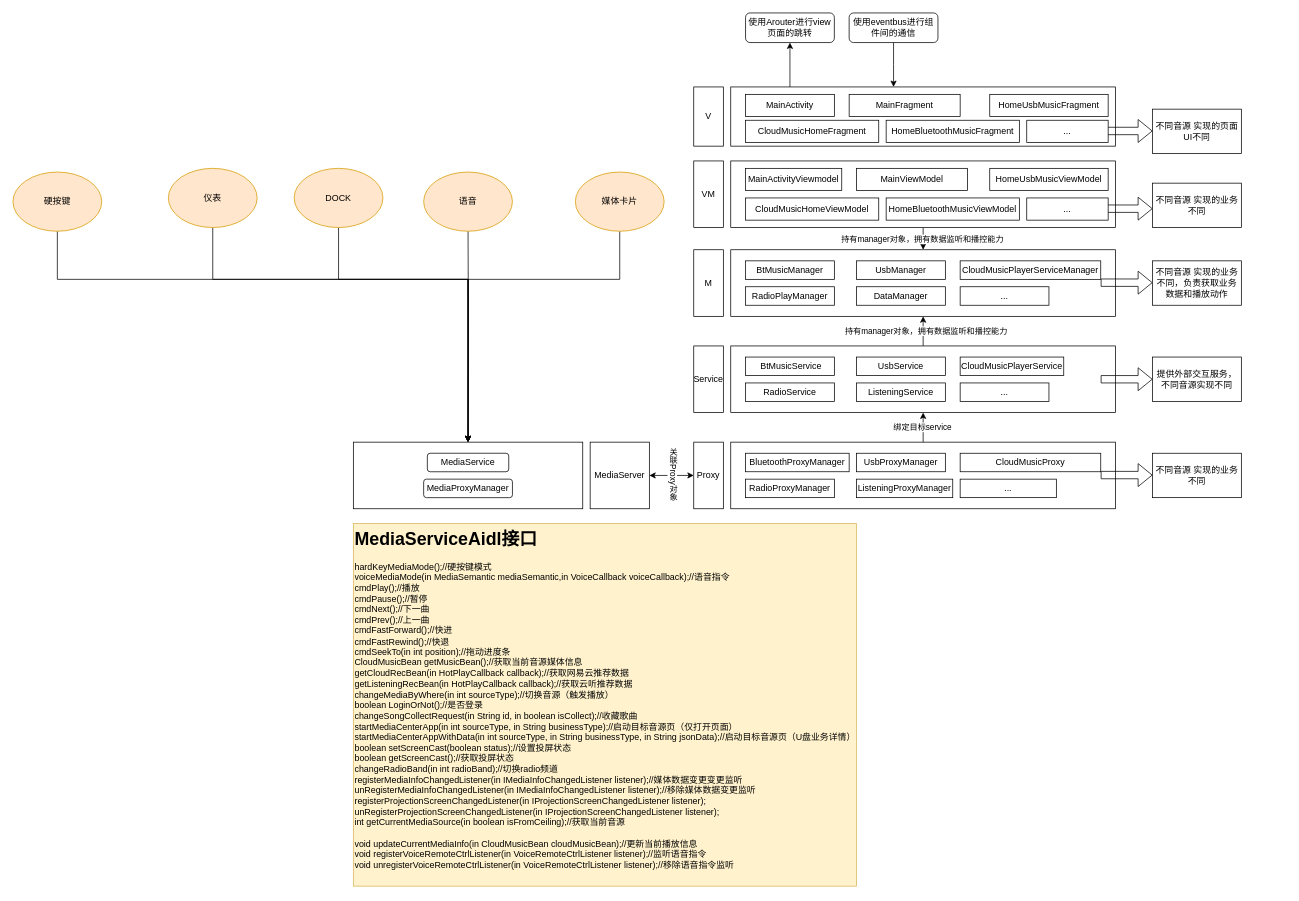
Above: page "MediaCenter重构" (2 of 16) of 未命名绘图.drawio in NewPlayerAndroid/Latest-Interview (draw.io), before the change. Source tidied: cells renumbered, new cells numbered last; positions are measured from the earlier drawing's top-left corner, leaving out a move shared by most shapes. Both pictures are drawn from the tidied source at 74%, with x=0, y=0 at pixel (13, 13).
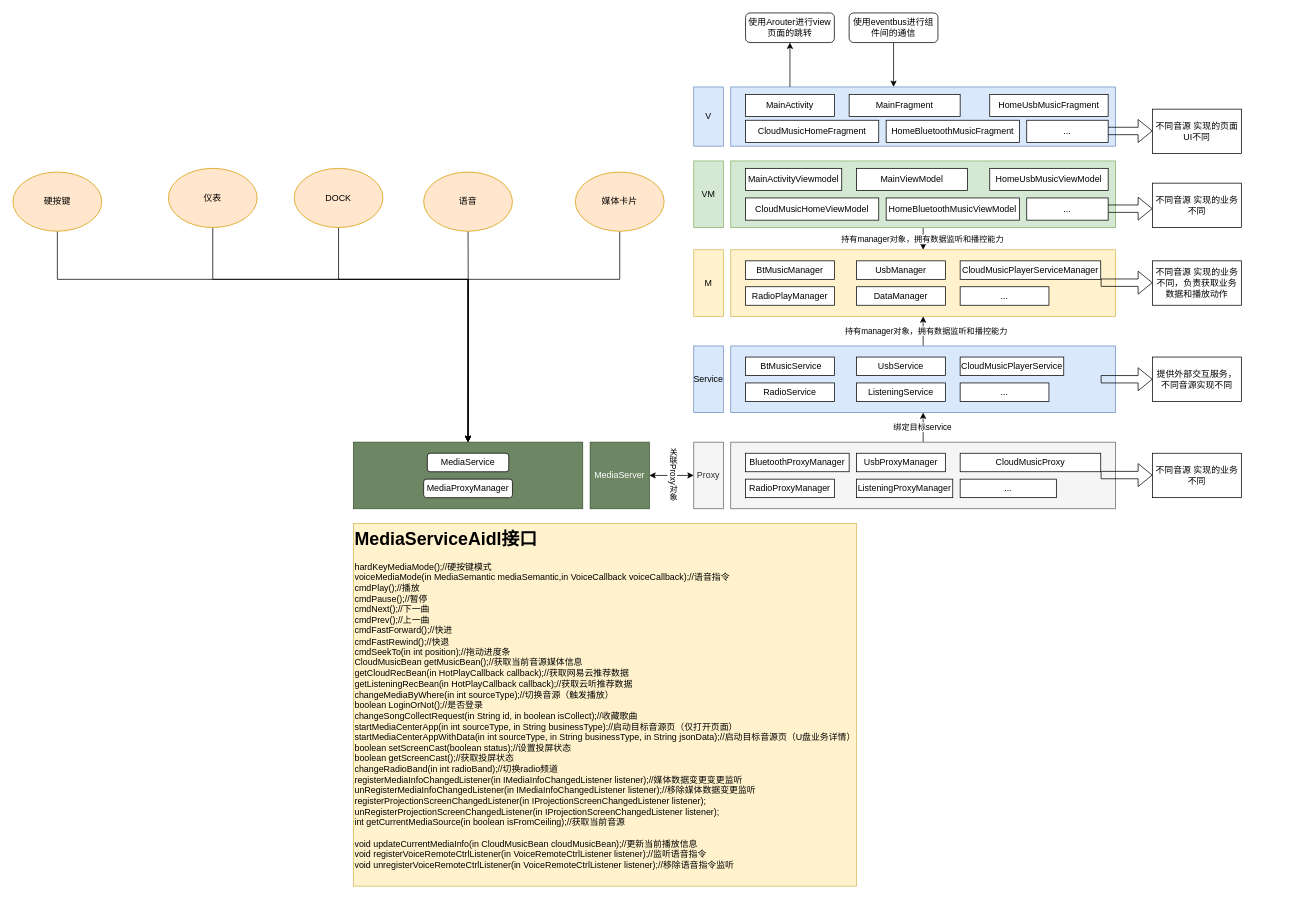
The same diagram, later.

Commit message:
更新未命名绘图.drawio

The edit, as a diff of the source:
```diff
@@
-    <mxCell id="3" value="V" style="rounded=0;whiteSpace=wrap;html=1;" parent="1" vertex="1">
+    <mxCell id="3" value="V" style="rounded=0;whiteSpace=wrap;html=1;fillColor=#dae8fc;strokeColor=#6c8ebf;" parent="1" vertex="1">
       <mxGeometry x="920" y="100" width="40" height="80" as="geometry" />
     </mxCell>
-    <mxCell id="4" value="VM" style="rounded=0;whiteSpace=wrap;html=1;" parent="1" vertex="1">
+    <mxCell id="4" value="VM" style="rounded=0;whiteSpace=wrap;html=1;fillColor=#d5e8d4;strokeColor=#82b366;" parent="1" vertex="1">
       <mxGeometry x="920" y="200" width="40" height="90" as="geometry" />
     </mxCell>
-    <mxCell id="5" style="rounded=0;whiteSpace=wrap;html=1;" parent="1" vertex="1">
+    <mxCell id="5" style="rounded=0;whiteSpace=wrap;html=1;fillColor=#dae8fc;strokeColor=#6c8ebf;" parent="1" vertex="1">
       <mxGeometry x="970" y="100" width="520" height="80" as="geometry" />
     </mxCell>
@@
-    <mxCell id="12" style="rounded=0;whiteSpace=wrap;html=1;" parent="1" vertex="1">
+    <mxCell id="12" style="rounded=0;whiteSpace=wrap;html=1;fillColor=#d5e8d4;strokeColor=#82b366;" parent="1" vertex="1">
       <mxGeometry x="970" y="200" width="520" height="90" as="geometry" />
     </mxCell>
@@
-    <mxCell id="15" value="M" style="rounded=0;whiteSpace=wrap;html=1;" parent="1" vertex="1">
+    <mxCell id="15" value="M" style="rounded=0;whiteSpace=wrap;html=1;fillColor=#fff2cc;strokeColor=#d6b656;" parent="1" vertex="1">
       <mxGeometry x="920" y="320" width="40" height="90" as="geometry" />
     </mxCell>
-    <mxCell id="16" style="rounded=0;whiteSpace=wrap;html=1;" parent="1" vertex="1">
+    <mxCell id="16" style="rounded=0;whiteSpace=wrap;html=1;fillColor=#fff2cc;strokeColor=#d6b656;" parent="1" vertex="1">
       <mxGeometry x="970" y="320" width="520" height="90" as="geometry" />
     </mxCell>
@@
-    <mxCell id="29" value="Service" style="rounded=0;whiteSpace=wrap;html=1;" parent="1" vertex="1">
+    <mxCell id="29" value="Service" style="rounded=0;whiteSpace=wrap;html=1;fillColor=#dae8fc;strokeColor=#6c8ebf;" parent="1" vertex="1">
       <mxGeometry x="920" y="450" width="40" height="90" as="geometry" />
     </mxCell>
-    <mxCell id="30" value="Proxy" style="rounded=0;whiteSpace=wrap;html=1;" parent="1" vertex="1">
+    <mxCell id="30" value="Proxy" style="rounded=0;whiteSpace=wrap;html=1;fillColor=#f5f5f5;fontColor=#333333;strokeColor=#666666;" parent="1" vertex="1">
       <mxGeometry x="920" y="580" width="40" height="90" as="geometry" />
     </mxCell>
@@
-    <mxCell id="33" style="rounded=0;whiteSpace=wrap;html=1;" parent="1" vertex="1">
+    <mxCell id="33" style="rounded=0;whiteSpace=wrap;html=1;fillColor=#dae8fc;strokeColor=#6c8ebf;" parent="1" vertex="1">
       <mxGeometry x="970" y="450" width="520" height="90" as="geometry" />
     </mxCell>
@@
-    <mxCell id="42" style="rounded=0;whiteSpace=wrap;html=1;" parent="1" vertex="1">
+    <mxCell id="42" style="rounded=0;whiteSpace=wrap;html=1;fillColor=#f5f5f5;fontColor=#333333;strokeColor=#666666;" parent="1" vertex="1">
       <mxGeometry x="970" y="580" width="520" height="90" as="geometry" />
     </mxCell>
@@
-    <mxCell id="53" style="rounded=0;whiteSpace=wrap;html=1;" parent="1" vertex="1">
+    <mxCell id="53" style="rounded=0;whiteSpace=wrap;html=1;fillColor=#6d8764;fontColor=#ffffff;strokeColor=#3A5431;" parent="1" vertex="1">
       <mxGeometry x="460" y="580" width="310" height="90" as="geometry" />
     </mxCell>
-    <mxCell id="54" value="MediaServer" style="rounded=0;whiteSpace=wrap;html=1;" parent="1" vertex="1">
+    <mxCell id="54" value="MediaServer" style="rounded=0;whiteSpace=wrap;html=1;fillColor=#6d8764;fontColor=#ffffff;strokeColor=#3A5431;" parent="1" vertex="1">
       <mxGeometry x="780" y="580" width="80" height="90" as="geometry" />
     </mxCell>
```
